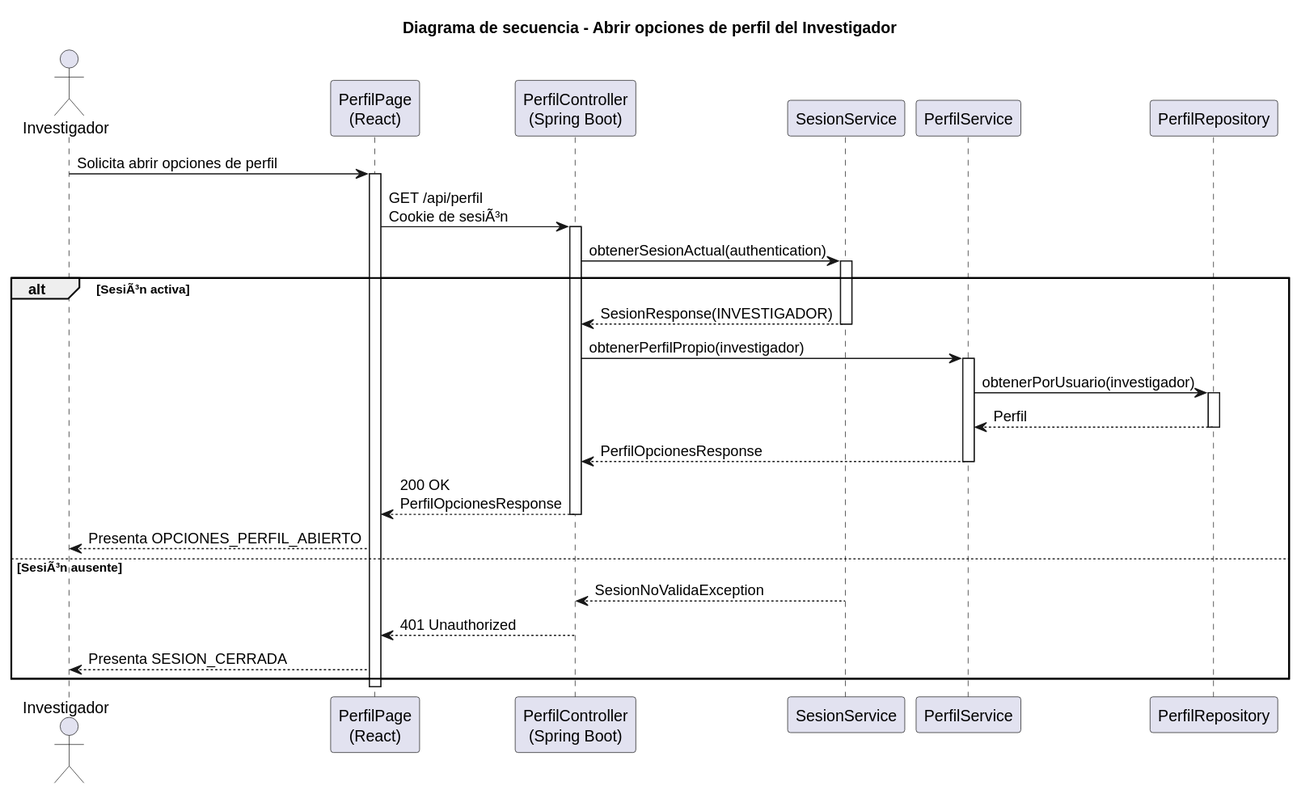
Before: images/RUP/02-diseño/casos-uso/investigador/abrirOpcionesPerfil/secuencia.svg, a diagram exported from PlantUML (beatriizorozco/25-26-idsw2-sdVC). Its diagram source:
```plantuml
@startuml
title Diagrama de secuencia - Abrir opciones de perfil del Investigador

actor Investigador
participant "PerfilPage\n(React)" as Frontend
participant "PerfilController\n(Spring Boot)" as Api
participant "SesionService" as Sesion
participant "PerfilService" as PerfilService
participant "PerfilRepository" as PerfilRepository

Investigador -> Frontend: Solicita abrir opciones de perfil
activate Frontend
Frontend -> Api: GET /api/perfil\nCookie de sesiÃ³n
activate Api
Api -> Sesion: obtenerSesionActual(authentication)
activate Sesion
alt SesiÃ³n activa
    Sesion --> Api: SesionResponse(INVESTIGADOR)
    deactivate Sesion
    Api -> PerfilService: obtenerPerfilPropio(investigador)
    activate PerfilService
    PerfilService -> PerfilRepository: obtenerPorUsuario(investigador)
    activate PerfilRepository
    PerfilRepository --> PerfilService: Perfil
    deactivate PerfilRepository
    PerfilService --> Api: PerfilOpcionesResponse
    deactivate PerfilService
    Api --> Frontend: 200 OK\nPerfilOpcionesResponse
    deactivate Api
    Frontend --> Investigador: Presenta OPCIONES_PERFIL_ABIERTO
else SesiÃ³n ausente
    Sesion --> Api: SesionNoValidaException
    deactivate Sesion
    Api --> Frontend: 401 Unauthorized
    deactivate Api
    Frontend --> Investigador: Presenta SESION_CERRADA
end
deactivate Frontend
@enduml
```
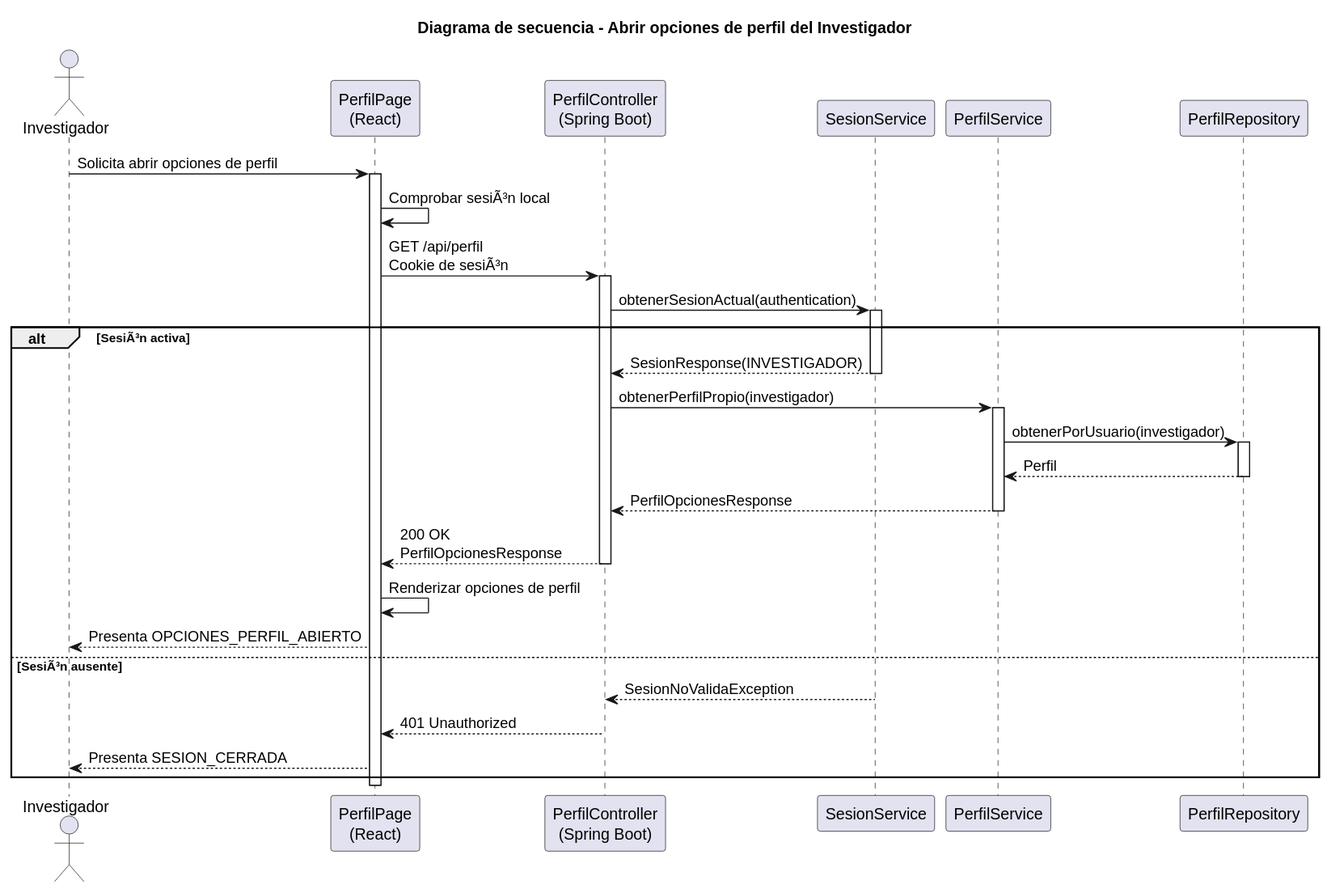
The same diagram one commit later.

Change to the diagram source:
```diff
@@ -10,6 +10,7 @@
 
 Investigador -> Frontend: Solicita abrir opciones de perfil
 activate Frontend
+Frontend -> Frontend: Comprobar sesiÃ³n local
 Frontend -> Api: GET /api/perfil\nCookie de sesiÃ³n
 activate Api
 Api -> Sesion: obtenerSesionActual(authentication)
@@ -27,6 +28,7 @@
     deactivate PerfilService
     Api --> Frontend: 200 OK\nPerfilOpcionesResponse
     deactivate Api
+    Frontend -> Frontend: Renderizar opciones de perfil
     Frontend --> Investigador: Presenta OPCIONES_PERFIL_ABIERTO
 else SesiÃ³n ausente
     Sesion --> Api: SesionNoValidaException
```
